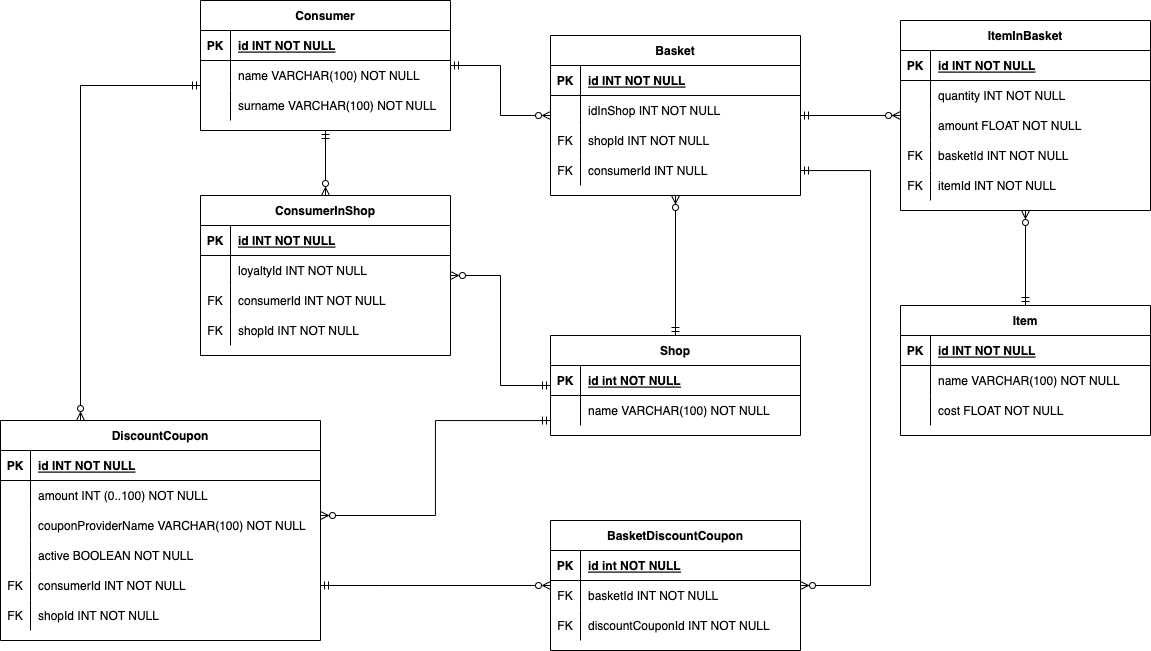
DbnStr/diplom_work keeps this draw.io diagram as ER_диаграмма_БД.png. Above is the earlier version. Source tidied: cells renumbered, new cells last; positions are measured from the earlier drawing's top-left corner, leaving out a move shared by most shapes.
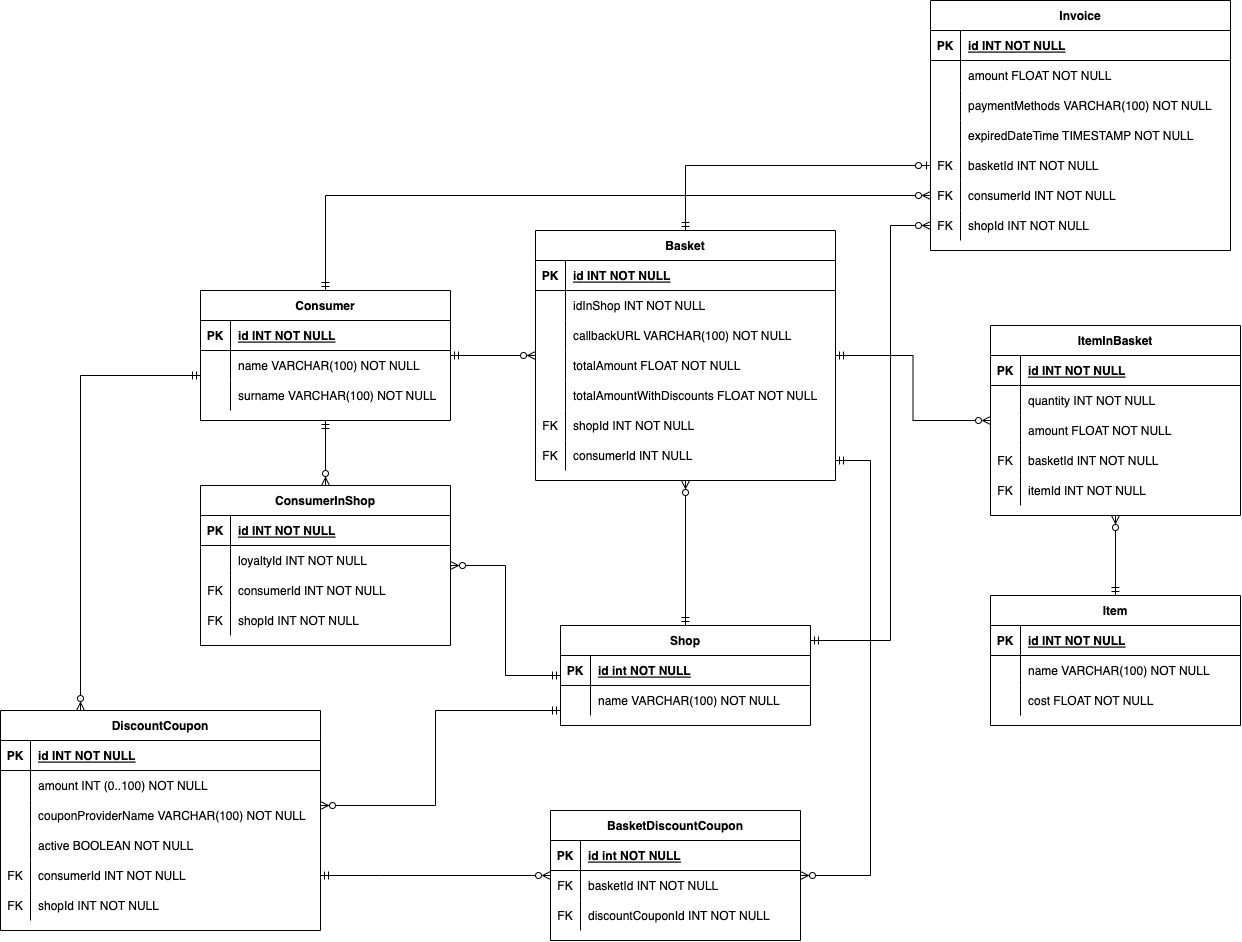
After the change.

The edit, as a diff of the source:
```diff
@@ -3,7 +3,7 @@
     <mxCell id="0" />
     <mxCell id="1" parent="0" />
     <mxCell id="2" value="ItemInBasket" style="shape=table;startSize=30;rowLines=0;fontStyle=1;align=center;" parent="1" vertex="1">
-      <mxGeometry x="900" y="20" width="250" height="190" as="geometry" />
+      <mxGeometry x="990" y="35" width="250" height="190" as="geometry" />
     </mxCell>
     <mxCell id="3" style="shape=partialRectangle;fillColor=none;top=0;left=0;right=0;bottom=1;" parent="2" vertex="1">
       <mxGeometry y="30" width="250" height="30" as="geometry" />
@@ -62,43 +62,70 @@
       </mxGeometry>
     </mxCell>
     <mxCell id="20" value="Basket" style="shape=table;startSize=30;rowLines=0;fontStyle=1;align=center;" parent="1" vertex="1">
-      <mxGeometry x="550" y="35" width="250" height="160" as="geometry" />
+      <mxGeometry x="535" y="-60" width="300" height="250" as="geometry" />
     </mxCell>
     <mxCell id="21" style="shape=partialRectangle;fillColor=none;top=0;left=0;right=0;bottom=1;" parent="20" vertex="1">
-      <mxGeometry y="30" width="250" height="30" as="geometry" />
+      <mxGeometry y="30" width="300" height="30" as="geometry" />
     </mxCell>
     <mxCell id="22" value="PK" style="shape=partialRectangle;overflow=hidden;fillColor=none;top=0;left=0;bottom=0;right=0;fontStyle=1;" parent="21" vertex="1">
       <mxGeometry width="30" height="30" as="geometry" />
     </mxCell>
     <mxCell id="23" value="id INT NOT NULL " style="shape=partialRectangle;overflow=hidden;fillColor=none;top=0;left=0;bottom=0;right=0;align=left;spacingLeft=6;fontStyle=5;" parent="21" vertex="1">
-      <mxGeometry x="30" width="220" height="30" as="geometry" />
+      <mxGeometry x="30" width="270" height="30" as="geometry" />
     </mxCell>
     <mxCell id="24" style="shape=partialRectangle;fillColor=none;top=0;left=0;right=0;bottom=0;" parent="20" vertex="1">
-      <mxGeometry y="60" width="250" height="30" as="geometry" />
+      <mxGeometry y="60" width="300" height="30" as="geometry" />
     </mxCell>
     <mxCell id="25" style="shape=partialRectangle;overflow=hidden;fillColor=none;top=0;left=0;bottom=0;right=0;" parent="24" vertex="1">
       <mxGeometry width="30" height="30" as="geometry" />
     </mxCell>
     <mxCell id="26" value="idInShop INT NOT NULL" style="shape=partialRectangle;overflow=hidden;fillColor=none;top=0;left=0;bottom=0;right=0;align=left;spacingLeft=6;" parent="24" vertex="1">
-      <mxGeometry x="30" width="220" height="30" as="geometry" />
+      <mxGeometry x="30" width="270" height="30" as="geometry" />
     </mxCell>
+    <mxCell id="110" style="shape=partialRectangle;fillColor=none;top=0;left=0;right=0;bottom=0;" parent="20" vertex="1">
+      <mxGeometry y="90" width="300" height="30" as="geometry" />
+    </mxCell>
+    <mxCell id="111" style="shape=partialRectangle;overflow=hidden;fillColor=none;top=0;left=0;bottom=0;right=0;" parent="110" vertex="1">
+      <mxGeometry width="30" height="30" as="geometry" />
+    </mxCell>
+    <mxCell id="112" value="callbackURL VARCHAR(100) NOT NULL" style="shape=partialRectangle;overflow=hidden;fillColor=none;top=0;left=0;bottom=0;right=0;align=left;spacingLeft=6;" parent="110" vertex="1">
+      <mxGeometry x="30" width="270" height="30" as="geometry" />
+    </mxCell>
+    <mxCell id="113" style="shape=partialRectangle;fillColor=none;top=0;left=0;right=0;bottom=0;" parent="20" vertex="1">
+      <mxGeometry y="120" width="300" height="30" as="geometry" />
+    </mxCell>
+    <mxCell id="114" style="shape=partialRectangle;overflow=hidden;fillColor=none;top=0;left=0;bottom=0;right=0;" parent="113" vertex="1">
+      <mxGeometry width="30" height="30" as="geometry" />
+    </mxCell>
+    <mxCell id="115" value="totalAmount FLOAT NOT NULL" style="shape=partialRectangle;overflow=hidden;fillColor=none;top=0;left=0;bottom=0;right=0;align=left;spacingLeft=6;" parent="113" vertex="1">
+      <mxGeometry x="30" width="270" height="30" as="geometry" />
+    </mxCell>
+    <mxCell id="116" style="shape=partialRectangle;fillColor=none;top=0;left=0;right=0;bottom=0;" parent="20" vertex="1">
+      <mxGeometry y="150" width="300" height="30" as="geometry" />
+    </mxCell>
+    <mxCell id="117" style="shape=partialRectangle;overflow=hidden;fillColor=none;top=0;left=0;bottom=0;right=0;" parent="116" vertex="1">
+      <mxGeometry width="30" height="30" as="geometry" />
+    </mxCell>
+    <mxCell id="118" value="totalAmountWithDiscounts FLOAT NOT NULL" style="shape=partialRectangle;overflow=hidden;fillColor=none;top=0;left=0;bottom=0;right=0;align=left;spacingLeft=6;" parent="116" vertex="1">
+      <mxGeometry x="30" width="270" height="30" as="geometry" />
+    </mxCell>
     <mxCell id="27" style="shape=partialRectangle;fillColor=none;top=0;left=0;right=0;bottom=0;" parent="20" vertex="1">
-      <mxGeometry y="90" width="250" height="30" as="geometry" />
+      <mxGeometry y="180" width="300" height="30" as="geometry" />
     </mxCell>
     <mxCell id="28" value="FK" style="shape=partialRectangle;overflow=hidden;fillColor=none;top=0;left=0;bottom=0;right=0;" parent="27" vertex="1">
       <mxGeometry width="30" height="30" as="geometry" />
     </mxCell>
     <mxCell id="29" value="shopId INT NOT NULL" style="shape=partialRectangle;overflow=hidden;fillColor=none;top=0;left=0;bottom=0;right=0;align=left;spacingLeft=6;" parent="27" vertex="1">
-      <mxGeometry x="30" width="220" height="30" as="geometry" />
+      <mxGeometry x="30" width="270" height="30" as="geometry" />
     </mxCell>
     <mxCell id="30" style="shape=partialRectangle;fillColor=none;top=0;left=0;right=0;bottom=0;" parent="20" vertex="1">
-      <mxGeometry y="120" width="250" height="30" as="geometry" />
+      <mxGeometry y="210" width="300" height="30" as="geometry" />
     </mxCell>
     <mxCell id="31" value="FK" style="shape=partialRectangle;overflow=hidden;fillColor=none;top=0;left=0;bottom=0;right=0;" parent="30" vertex="1">
       <mxGeometry width="30" height="30" as="geometry" />
     </mxCell>
     <mxCell id="32" value="consumerId INT NULL" style="shape=partialRectangle;overflow=hidden;fillColor=none;top=0;left=0;bottom=0;right=0;align=left;spacingLeft=6;" parent="30" vertex="1">
-      <mxGeometry x="30" width="220" height="30" as="geometry" />
+      <mxGeometry x="30" width="270" height="30" as="geometry" />
     </mxCell>
     <mxCell id="33" style="edgeStyle=orthogonalEdgeStyle;rounded=0;jettySize=auto;html=1;entryX=0.5;entryY=1;entryDx=0;entryDy=0;startArrow=ERmandOne;startFill=0;endArrow=ERzeroToMany;endFill=0;" parent="1" edge="1" source="35" target="20">
       <mxGeometry relative="1" as="geometry" />
@@ -112,7 +139,7 @@
       </mxGeometry>
     </mxCell>
     <mxCell id="35" value="Shop" style="shape=table;startSize=30;rowLines=0;fontStyle=1;align=center;" parent="1" vertex="1">
-      <mxGeometry x="550" y="335" width="250" height="100" as="geometry" />
+      <mxGeometry x="560" y="335" width="250" height="100" as="geometry" />
     </mxCell>
     <mxCell id="36" style="shape=partialRectangle;fillColor=none;top=0;left=0;right=0;bottom=1;" parent="35" vertex="1">
       <mxGeometry y="30" width="250" height="30" as="geometry" />
@@ -179,7 +206,7 @@
       <mxGeometry relative="1" as="geometry" />
     </mxCell>
     <mxCell id="56" value="Item" style="shape=table;startSize=30;rowLines=0;fontStyle=1;align=center;" parent="1" vertex="1">
-      <mxGeometry x="900" y="305" width="250" height="130" as="geometry" />
+      <mxGeometry x="990" y="305" width="250" height="130" as="geometry" />
     </mxCell>
     <mxCell id="57" style="shape=partialRectangle;fillColor=none;top=0;left=0;right=0;bottom=1;" parent="56" vertex="1">
       <mxGeometry y="30" width="250" height="30" as="geometry" />
@@ -345,5 +372,89 @@
     <mxCell id="109" value="discountCouponId INT NOT NULL" style="shape=partialRectangle;overflow=hidden;fillColor=none;top=0;left=0;bottom=0;right=0;align=left;spacingLeft=6;" parent="107" vertex="1">
       <mxGeometry x="30" width="220" height="30" as="geometry" />
     </mxCell>
+    <mxCell id="119" value="Invoice" style="shape=table;startSize=30;rowLines=0;fontStyle=1;align=center;" parent="1" vertex="1">
+      <mxGeometry x="930" y="-290" width="300" height="250" as="geometry" />
+    </mxCell>
+    <mxCell id="120" style="shape=partialRectangle;fillColor=none;top=0;left=0;right=0;bottom=1;" parent="119" vertex="1">
+      <mxGeometry y="30" width="300" height="30" as="geometry" />
+    </mxCell>
+    <mxCell id="121" value="PK" style="shape=partialRectangle;overflow=hidden;fillColor=none;top=0;left=0;bottom=0;right=0;fontStyle=1;" parent="120" vertex="1">
+      <mxGeometry width="30" height="30" as="geometry" />
+    </mxCell>
+    <mxCell id="122" value="id INT NOT NULL " style="shape=partialRectangle;overflow=hidden;fillColor=none;top=0;left=0;bottom=0;right=0;align=left;spacingLeft=6;fontStyle=5;" parent="120" vertex="1">
+      <mxGeometry x="30" width="270" height="30" as="geometry" />
+    </mxCell>
+    <mxCell id="123" style="shape=partialRectangle;fillColor=none;top=0;left=0;right=0;bottom=0;" parent="119" vertex="1">
+      <mxGeometry y="60" width="300" height="30" as="geometry" />
+    </mxCell>
+    <mxCell id="124" style="shape=partialRectangle;overflow=hidden;fillColor=none;top=0;left=0;bottom=0;right=0;" parent="123" vertex="1">
+      <mxGeometry width="30" height="30" as="geometry" />
+    </mxCell>
+    <mxCell id="125" value="amount FLOAT NOT NULL" style="shape=partialRectangle;overflow=hidden;fillColor=none;top=0;left=0;bottom=0;right=0;align=left;spacingLeft=6;" parent="123" vertex="1">
+      <mxGeometry x="30" width="270" height="30" as="geometry" />
+    </mxCell>
+    <mxCell id="126" style="shape=partialRectangle;fillColor=none;top=0;left=0;right=0;bottom=0;" parent="119" vertex="1">
+      <mxGeometry y="90" width="300" height="30" as="geometry" />
+    </mxCell>
+    <mxCell id="127" style="shape=partialRectangle;overflow=hidden;fillColor=none;top=0;left=0;bottom=0;right=0;" parent="126" vertex="1">
+      <mxGeometry width="30" height="30" as="geometry" />
+    </mxCell>
+    <mxCell id="128" value="paymentMethods VARCHAR(100) NOT NULL " style="shape=partialRectangle;overflow=hidden;fillColor=none;top=0;left=0;bottom=0;right=0;align=left;spacingLeft=6;" parent="126" vertex="1">
+      <mxGeometry x="30" width="270" height="30" as="geometry" />
+    </mxCell>
+    <mxCell id="129" style="shape=partialRectangle;fillColor=none;top=0;left=0;right=0;bottom=0;" parent="119" vertex="1">
+      <mxGeometry y="120" width="300" height="30" as="geometry" />
+    </mxCell>
+    <mxCell id="130" style="shape=partialRectangle;overflow=hidden;fillColor=none;top=0;left=0;bottom=0;right=0;" parent="129" vertex="1">
+      <mxGeometry width="30" height="30" as="geometry" />
+    </mxCell>
+    <mxCell id="131" value="expiredDateTime TIMESTAMP NOT NULL" style="shape=partialRectangle;overflow=hidden;fillColor=none;top=0;left=0;bottom=0;right=0;align=left;spacingLeft=6;" parent="129" vertex="1">
+      <mxGeometry x="30" width="270" height="30" as="geometry" />
+    </mxCell>
+    <mxCell id="132" style="shape=partialRectangle;fillColor=none;points=[[0,0.5],[1,0.5]];portConstraint=eastwest;top=0;left=0;right=0;bottom=0;" parent="119" vertex="1">
+      <mxGeometry y="150" width="300" height="30" as="geometry" />
+    </mxCell>
+    <mxCell id="133" value="FK" style="shape=partialRectangle;overflow=hidden;fillColor=none;top=0;left=0;bottom=0;right=0;" parent="132" vertex="1">
+      <mxGeometry width="30" height="30" as="geometry" />
+    </mxCell>
+    <mxCell id="134" value="basketId INT NOT NULL" style="shape=partialRectangle;overflow=hidden;fillColor=none;top=0;left=0;bottom=0;right=0;align=left;spacingLeft=6;" parent="132" vertex="1">
+      <mxGeometry x="30" width="270" height="30" as="geometry" />
+    </mxCell>
+    <mxCell id="135" style="shape=partialRectangle;fillColor=none;points=[[0,0.5],[1,0.5]];portConstraint=eastwest;top=0;left=0;right=0;bottom=0;" parent="119" vertex="1">
+      <mxGeometry y="180" width="300" height="30" as="geometry" />
+    </mxCell>
+    <mxCell id="136" value="FK" style="shape=partialRectangle;overflow=hidden;fillColor=none;top=0;left=0;bottom=0;right=0;" parent="135" vertex="1">
+      <mxGeometry width="30" height="30" as="geometry" />
+    </mxCell>
+    <mxCell id="137" value="consumerId INT NOT NULL" style="shape=partialRectangle;overflow=hidden;fillColor=none;top=0;left=0;bottom=0;right=0;align=left;spacingLeft=6;" parent="135" vertex="1">
+      <mxGeometry x="30" width="270" height="30" as="geometry" />
+    </mxCell>
+    <mxCell id="138" style="shape=partialRectangle;fillColor=none;points=[[0,0.5],[1,0.5]];portConstraint=eastwest;top=0;left=0;right=0;bottom=0;" parent="119" vertex="1">
+      <mxGeometry y="210" width="300" height="30" as="geometry" />
+    </mxCell>
+    <mxCell id="139" value="FK" style="shape=partialRectangle;overflow=hidden;fillColor=none;top=0;left=0;bottom=0;right=0;" parent="138" vertex="1">
+      <mxGeometry width="30" height="30" as="geometry" />
+    </mxCell>
+    <mxCell id="140" value="shopId INT NOT NULL" style="shape=partialRectangle;overflow=hidden;fillColor=none;top=0;left=0;bottom=0;right=0;align=left;spacingLeft=6;" parent="138" vertex="1">
+      <mxGeometry x="30" width="270" height="30" as="geometry" />
+    </mxCell>
+    <mxCell id="141" style="edgeStyle=orthogonalEdgeStyle;rounded=0;jettySize=auto;html=1;startArrow=ERzeroToOne;startFill=0;endArrow=ERmandOne;endFill=0;" parent="1" edge="1" source="132" target="20">
+      <mxGeometry relative="1" as="geometry" />
+    </mxCell>
+    <mxCell id="142" style="edgeStyle=orthogonalEdgeStyle;rounded=0;jettySize=auto;html=1;startArrow=ERzeroToMany;startFill=0;endArrow=ERmandOne;endFill=0;exitX=0;exitY=0.5;exitDx=0;exitDy=0;" parent="1" edge="1" source="135" target="45">
+      <mxGeometry relative="1" as="geometry">
+        <Array as="points">
+          <mxPoint x="325" y="-95" />
+        </Array>
+      </mxGeometry>
+    </mxCell>
+    <mxCell id="143" style="edgeStyle=orthogonalEdgeStyle;rounded=0;jettySize=auto;html=1;startArrow=ERzeroToMany;startFill=0;endArrow=ERmandOne;endFill=0;" parent="1" edge="1" source="138" target="35">
+      <mxGeometry relative="1" as="geometry">
+        <Array as="points">
+          <mxPoint x="890" y="-65" />
+          <mxPoint x="890" y="350" />
+        </Array>
+      </mxGeometry>
+    </mxCell>
   </root>
 </mxGraphModel>
```
